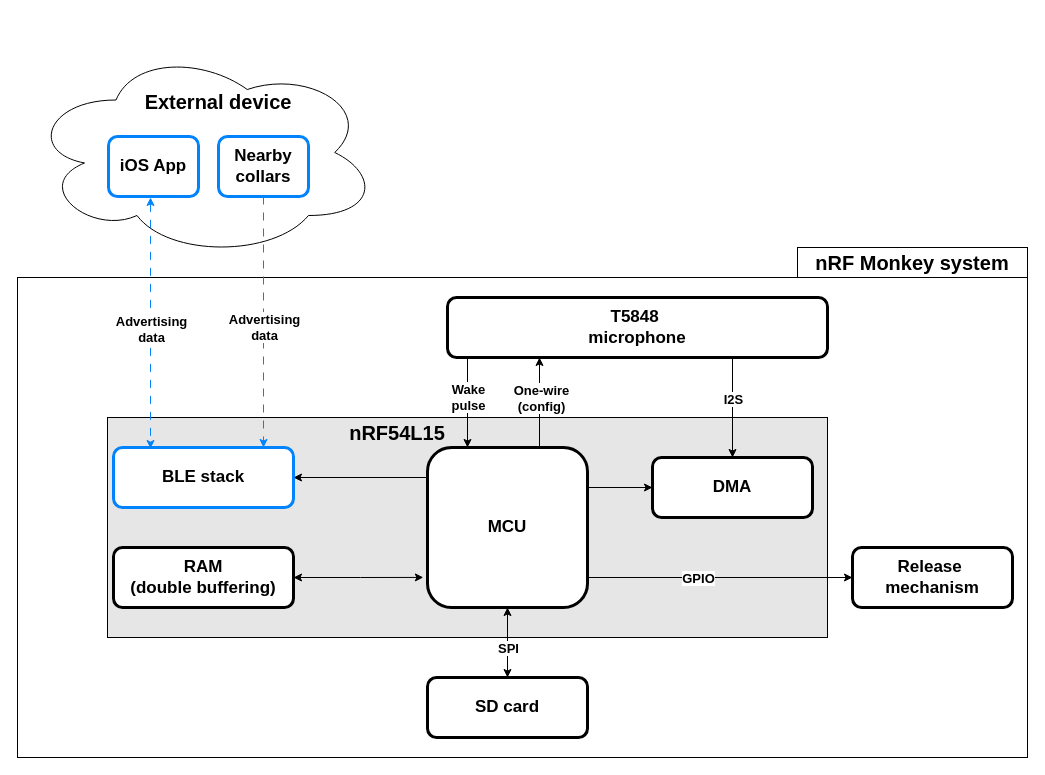
Earlier version of the draw.io diagram 01-Report/diagram/overview.drawio (DrinkDark/Master_TM_DataCollar). Source tidied: cells renumbered, new cells numbered last; positions are measured from the earlier drawing's top-left corner, leaving out a move shared by most shapes. Both pictures are drawn from the tidied source at 100%, with x=0, y=0 at pixel (17, 47).
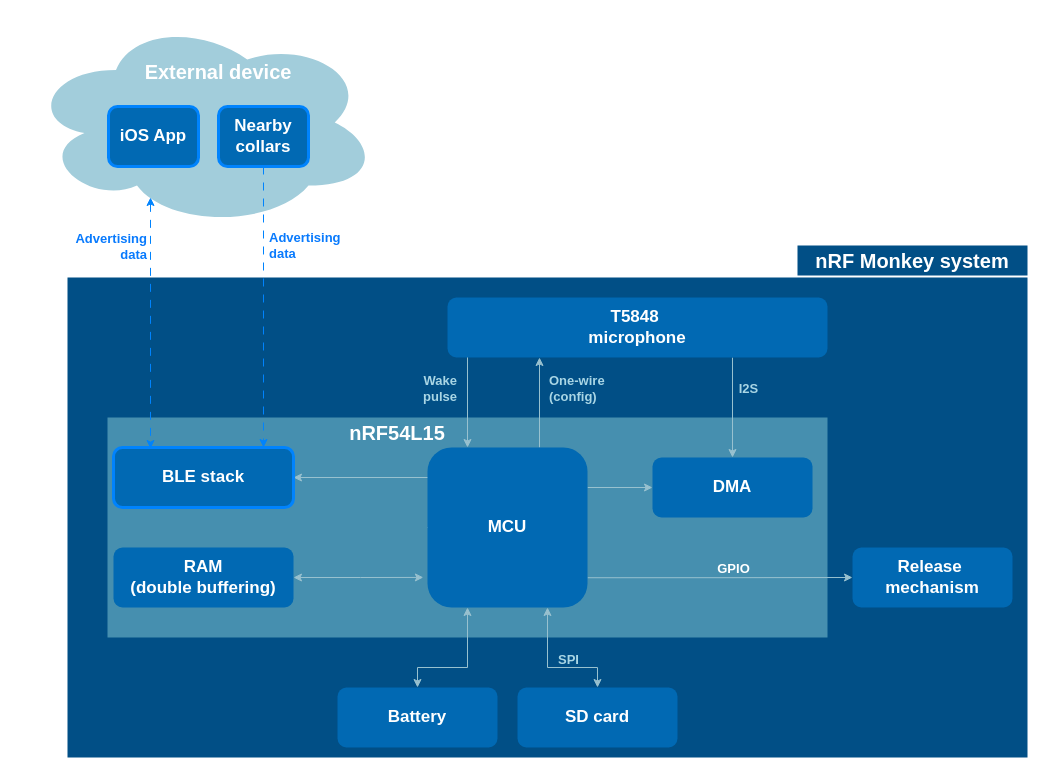
After the change.

The edit, as a diff of the source:
```diff
@@
-    <mxCell id="2" style="rounded=0;whiteSpace=wrap;html=1;" parent="1" vertex="1">
-      <mxGeometry x="780" y="200" width="230" height="30" as="geometry" />
+    <mxCell id="2" style="rounded=0;whiteSpace=wrap;html=1;strokeColor=none;fillColor=#014F86;" parent="1" vertex="1">
+      <mxGeometry x="780" y="198" width="230" height="30" as="geometry" />
     </mxCell>
-    <mxCell id="3" style="rounded=0;whiteSpace=wrap;html=1;" parent="1" vertex="1">
-      <mxGeometry y="230" width="1010" height="480" as="geometry" />
+    <mxCell id="3" style="rounded=0;whiteSpace=wrap;html=1;strokeColor=none;fillColor=#014F86;" parent="1" vertex="1">
+      <mxGeometry x="50" y="230" width="960" height="480" as="geometry" />
     </mxCell>
-    <mxCell id="4" style="rounded=0;whiteSpace=wrap;html=1;fillColor=#E6E6E6;strokeWidth=1;strokeColor=default;" parent="1" vertex="1">
+    <mxCell id="4" style="rounded=0;whiteSpace=wrap;html=1;fillColor=#468FAF;strokeWidth=1;strokeColor=none;" parent="1" vertex="1">
       <mxGeometry x="90" y="370" width="720" height="220" as="geometry" />
     </mxCell>
-    <mxCell id="5" style="ellipse;shape=cloud;whiteSpace=wrap;html=1;" parent="1" vertex="1">
-      <mxGeometry x="11" width="350" height="210" as="geometry" />
+    <mxCell id="5" style="ellipse;shape=cloud;whiteSpace=wrap;html=1;fontColor=#A2CDDB;strokeColor=none;fillColor=#A2CDDB;" parent="1" vertex="1">
+      <mxGeometry x="11" y="-30" width="350" height="210" as="geometry" />
     </mxCell>
-    <mxCell id="6" style="edgeStyle=orthogonalEdgeStyle;rounded=0;orthogonalLoop=1;jettySize=auto;html=1;exitX=0.75;exitY=0;exitDx=0;exitDy=0;entryX=0.75;entryY=1;entryDx=0;entryDy=0;" parent="1" edge="1">
+    <mxCell id="6" style="edgeStyle=orthogonalEdgeStyle;rounded=0;orthogonalLoop=1;jettySize=auto;html=1;exitX=0.75;exitY=0;exitDx=0;exitDy=0;entryX=0.75;entryY=1;entryDx=0;entryDy=0;strokeColor=#98C1CF;fontColor=#B8EAFA;labelBackgroundColor=none;" parent="1" edge="1">
       <mxGeometry relative="1" as="geometry">
         <mxPoint x="522" y="400" as="sourcePoint" />
         <mxPoint x="522" y="310" as="targetPoint" />
       </mxGeometry>
     </mxCell>
-    <mxCell id="7" value="&lt;font style=&quot;font-size: 13px;&quot;&gt;&lt;b&gt;One-wire&lt;br&gt;(config)&lt;/b&gt;&lt;/font&gt;" style="edgeLabel;html=1;align=center;verticalAlign=middle;" parent="6" vertex="1">
+    <mxCell id="7" value="&lt;font style=&quot;font-size: 13px;&quot;&gt;&lt;b&gt;One-wire&lt;br&gt;(config)&lt;/b&gt;&lt;/font&gt;" style="edgeLabel;html=1;align=left;verticalAlign=middle;labelBackgroundColor=none;fontColor=#A9D6E5;" parent="6" vertex="1">
       <mxGeometry x="0.03" y="-1" relative="1" as="geometry">
-        <mxPoint y="-4" as="offset" />
+        <mxPoint x="7" y="-14" as="offset" />
       </mxGeometry>
     </mxCell>
-    <mxCell id="8" style="edgeStyle=orthogonalEdgeStyle;rounded=0;jettySize=auto;html=1;exitX=1;exitY=0.5;exitDx=0;exitDy=0;entryX=0;entryY=0.5;entryDx=0;entryDy=0;" parent="1" edge="1" source="12" target="21">
-      <mxGeometry relative="1" as="geometry">
-        <Array as="points">
-          <mxPoint x="570" y="530" />
-        </Array>
-      </mxGeometry>
+    <mxCell id="8" style="edgeStyle=orthogonalEdgeStyle;rounded=0;jettySize=auto;html=1;exitX=1;exitY=0.814;exitDx=0;exitDy=0;entryX=0;entryY=0.5;entryDx=0;entryDy=0;strokeColor=#98C1CF;fontColor=#A9D6E5;labelBackgroundColor=none;exitPerimeter=0;" parent="1" edge="1" source="12" target="21">
+      <mxGeometry relative="1" as="geometry" />
     </mxCell>
-    <mxCell id="9" value="GPIO" style="edgeLabel;html=1;align=center;verticalAlign=middle;fontSize=13;fontStyle=1;" parent="8" vertex="1">
+    <mxCell id="9" value="GPIO" style="edgeLabel;html=1;align=center;verticalAlign=middle;fontSize=13;fontStyle=1;fontColor=#FFFFFF;labelBackgroundColor=none;" parent="8" vertex="1">
       <mxGeometry x="0.03" y="-2" relative="1" as="geometry">
-        <mxPoint x="-2" y="-2" as="offset" />
+        <mxPoint x="9" y="-12" as="offset" />
       </mxGeometry>
     </mxCell>
-    <mxCell id="10" style="edgeStyle=orthogonalEdgeStyle;rounded=0;jettySize=auto;html=1;exitX=0;exitY=0.5;exitDx=0;exitDy=0;entryX=1;entryY=0.5;entryDx=0;entryDy=0;" parent="1" edge="1" source="12" target="22">
+    <mxCell id="10" style="edgeStyle=orthogonalEdgeStyle;rounded=0;jettySize=auto;html=1;exitX=0;exitY=0.5;exitDx=0;exitDy=0;entryX=1;entryY=0.5;entryDx=0;entryDy=0;strokeColor=#98C1CF;fontColor=#B8EAFA;labelBackgroundColor=none;" parent="1" edge="1" source="12" target="22">
       <mxGeometry relative="1" as="geometry">
         <Array as="points">
           <mxPoint x="450" y="480" />
           <mxPoint x="450" y="430" />
         </Array>
       </mxGeometry>
     </mxCell>
-    <mxCell id="11" style="edgeStyle=orthogonalEdgeStyle;rounded=0;jettySize=auto;html=1;exitX=1;exitY=0.25;exitDx=0;exitDy=0;entryX=0;entryY=0.5;entryDx=0;entryDy=0;" parent="1" edge="1" source="12" target="34">
+    <mxCell id="11" style="edgeStyle=orthogonalEdgeStyle;rounded=0;jettySize=auto;html=1;exitX=1;exitY=0.25;exitDx=0;exitDy=0;entryX=0;entryY=0.5;entryDx=0;entryDy=0;strokeColor=#98C1CF;fontColor=#B8EAFA;labelBackgroundColor=none;" parent="1" edge="1" source="12" target="34">
       <mxGeometry relative="1" as="geometry" />
     </mxCell>
-    <mxCell id="12" value="&lt;font style=&quot;font-size: 17px;&quot;&gt;&lt;b style=&quot;&quot;&gt;MCU&lt;/b&gt;&lt;/font&gt;" style="rounded=1;whiteSpace=wrap;html=1;strokeWidth=3;" parent="1" vertex="1">
+    <mxCell id="12" value="&lt;font style=&quot;font-size: 17px;&quot;&gt;&lt;b style=&quot;&quot;&gt;MCU&lt;/b&gt;&lt;/font&gt;" style="rounded=1;whiteSpace=wrap;html=1;strokeWidth=3;strokeColor=none;fillColor=#0169B3;fontColor=#FFFFFF;" parent="1" vertex="1">
       <mxGeometry x="410" y="400" width="160" height="160" as="geometry" />
     </mxCell>
-    <mxCell id="13" style="edgeStyle=orthogonalEdgeStyle;rounded=0;jettySize=auto;html=1;exitX=0.25;exitY=1;exitDx=0;exitDy=0;entryX=0.25;entryY=0;entryDx=0;entryDy=0;" parent="1" edge="1" target="12">
+    <mxCell id="13" style="edgeStyle=orthogonalEdgeStyle;rounded=0;jettySize=auto;html=1;exitX=0.053;exitY=0.969;exitDx=0;exitDy=0;entryX=1;entryY=1;entryDx=0;entryDy=0;strokeColor=#98C1CF;fontColor=#B8EAFA;labelBackgroundColor=none;exitPerimeter=0;" parent="1" edge="1" target="28">
       <mxGeometry relative="1" as="geometry">
-        <mxPoint x="471.2" y="310" as="sourcePoint" />
+        <mxPoint x="450.1" y="278.1" as="sourcePoint" />
         <Array as="points">
-          <mxPoint x="450" y="310" />
+          <mxPoint x="452" y="278" />
+          <mxPoint x="452" y="280" />
+          <mxPoint x="450" y="280" />
         </Array>
       </mxGeometry>
     </mxCell>
-    <mxCell id="14" value="Wake&lt;div&gt;pulse&lt;/div&gt;" style="edgeLabel;html=1;align=center;verticalAlign=middle;fontSize=13;fontStyle=1;" parent="13" vertex="1">
+    <mxCell id="14" value="Wake&lt;div&gt;pulse&lt;/div&gt;" style="edgeLabel;html=1;align=right;verticalAlign=middle;fontSize=13;fontStyle=1;labelBackgroundColor=none;fontColor=#A9D6E5;" parent="13" vertex="1">
       <mxGeometry x="-0.33" y="-1" relative="1" as="geometry">
-        <mxPoint x="1" y="24" as="offset" />
+        <mxPoint x="-9" y="24" as="offset" />
       </mxGeometry>
     </mxCell>
-    <mxCell id="15" style="edgeStyle=orthogonalEdgeStyle;rounded=0;jettySize=auto;html=1;exitX=0.75;exitY=1;exitDx=0;exitDy=0;entryX=0.5;entryY=0;entryDx=0;entryDy=0;" parent="1" edge="1" source="17" target="34">
+    <mxCell id="15" style="edgeStyle=orthogonalEdgeStyle;rounded=0;jettySize=auto;html=1;exitX=0.75;exitY=1;exitDx=0;exitDy=0;entryX=0.5;entryY=0;entryDx=0;entryDy=0;strokeColor=#98C1CF;fontColor=#B8EAFA;labelBackgroundColor=none;" parent="1" edge="1" source="17" target="34">
       <mxGeometry relative="1" as="geometry" />
     </mxCell>
-    <mxCell id="16" value="&lt;font style=&quot;font-size: 13px;&quot;&gt;&lt;b&gt;I2S&lt;/b&gt;&lt;/font&gt;" style="edgeLabel;html=1;align=center;verticalAlign=middle;" parent="15" vertex="1">
+    <mxCell id="16" value="&lt;font style=&quot;font-size: 13px;&quot;&gt;&lt;b&gt;I2S&lt;/b&gt;&lt;/font&gt;" style="edgeLabel;html=1;align=center;verticalAlign=middle;labelBackgroundColor=none;fontColor=#A9D6E5;" parent="15" vertex="1">
       <mxGeometry x="-0.09" y="-2" relative="1" as="geometry">
-        <mxPoint x="2" y="-5" as="offset" />
+        <mxPoint x="17" y="-16" as="offset" />
       </mxGeometry>
     </mxCell>
-    <mxCell id="17" value="&lt;font style=&quot;font-size: 17px;&quot;&gt;&lt;b style=&quot;&quot;&gt;T5848&amp;nbsp;&lt;/b&gt;&lt;/font&gt;&lt;div&gt;&lt;font style=&quot;font-size: 17px;&quot;&gt;&lt;b style=&quot;&quot;&gt;microphone&lt;/b&gt;&lt;/font&gt;&lt;/div&gt;" style="rounded=1;whiteSpace=wrap;html=1;strokeWidth=3;" parent="1" vertex="1">
+    <mxCell id="17" value="&lt;font style=&quot;font-size: 17px;&quot;&gt;&lt;b style=&quot;&quot;&gt;T5848&amp;nbsp;&lt;/b&gt;&lt;/font&gt;&lt;div&gt;&lt;font style=&quot;font-size: 17px;&quot;&gt;&lt;b style=&quot;&quot;&gt;microphone&lt;/b&gt;&lt;/font&gt;&lt;/div&gt;" style="rounded=1;whiteSpace=wrap;html=1;strokeWidth=3;strokeColor=none;fillColor=#0169B3;fontColor=#FFFFFF;" parent="1" vertex="1">
       <mxGeometry x="430" y="250" width="380" height="60" as="geometry" />
     </mxCell>
-    <mxCell id="18" value="&lt;font style=&quot;font-size: 17px;&quot;&gt;&lt;b style=&quot;&quot;&gt;SD card&lt;/b&gt;&lt;/font&gt;" style="rounded=1;whiteSpace=wrap;html=1;strokeWidth=3;" parent="1" vertex="1">
-      <mxGeometry x="410" y="630" width="160" height="60" as="geometry" />
+    <mxCell id="18" value="&lt;font style=&quot;font-size: 17px;&quot;&gt;&lt;b style=&quot;&quot;&gt;SD card&lt;/b&gt;&lt;/font&gt;" style="rounded=1;whiteSpace=wrap;html=1;strokeWidth=3;strokeColor=none;fillColor=#0169B3;fontColor=#FFFFFF;" parent="1" vertex="1">
+      <mxGeometry x="500" y="640" width="160" height="60" as="geometry" />
     </mxCell>
-    <mxCell id="19" style="edgeStyle=orthogonalEdgeStyle;rounded=0;jettySize=auto;html=1;startArrow=classic;startFill=1;endArrow=classic;endFill=1;exitX=0.5;exitY=0;exitDx=0;exitDy=0;" parent="1" edge="1" source="18">
+    <mxCell id="19" style="edgeStyle=orthogonalEdgeStyle;rounded=0;jettySize=auto;html=1;startArrow=classic;startFill=1;endArrow=classic;endFill=1;exitX=0.5;exitY=0;exitDx=0;exitDy=0;strokeColor=#98C1CF;fontColor=#B8EAFA;labelBackgroundColor=none;entryX=0.75;entryY=1;entryDx=0;entryDy=0;" parent="1" edge="1" source="18" target="12">
       <mxGeometry relative="1" as="geometry">
-        <mxPoint x="490" y="560" as="targetPoint" />
+        <Array as="points">
+          <mxPoint x="580" y="620" />
+          <mxPoint x="530" y="620" />
+        </Array>
       </mxGeometry>
     </mxCell>
-    <mxCell id="20" value="&lt;font style=&quot;font-size: 13px;&quot;&gt;&lt;b&gt;SPI&lt;/b&gt;&lt;/font&gt;" style="edgeLabel;html=1;align=center;verticalAlign=middle;" parent="19" vertex="1">
+    <mxCell id="20" value="&lt;font style=&quot;font-size: 13px;&quot;&gt;&lt;b&gt;SPI&lt;/b&gt;&lt;/font&gt;" style="edgeLabel;html=1;align=center;verticalAlign=middle;labelBackgroundColor=none;fontColor=#A9D6E5;" parent="19" vertex="1">
       <mxGeometry x="0.17" y="-1" relative="1" as="geometry">
-        <mxPoint x="-1" y="11" as="offset" />
+        <mxPoint x="19" y="-3" as="offset" />
       </mxGeometry>
     </mxCell>
-    <mxCell id="21" value="&lt;font style=&quot;font-size: 17px;&quot;&gt;&lt;b style=&quot;&quot;&gt;Release&amp;nbsp;&lt;/b&gt;&lt;/font&gt;&lt;div&gt;&lt;font style=&quot;font-size: 17px;&quot;&gt;&lt;b style=&quot;&quot;&gt;mechanism&lt;/b&gt;&lt;/font&gt;&lt;/div&gt;" style="rounded=1;whiteSpace=wrap;html=1;strokeColor=#000000;strokeWidth=3;" parent="1" vertex="1">
+    <mxCell id="21" value="&lt;font style=&quot;font-size: 17px;&quot;&gt;&lt;b style=&quot;&quot;&gt;Release&amp;nbsp;&lt;/b&gt;&lt;/font&gt;&lt;div&gt;&lt;font style=&quot;font-size: 17px;&quot;&gt;&lt;b style=&quot;&quot;&gt;mechanism&lt;/b&gt;&lt;/font&gt;&lt;/div&gt;" style="rounded=1;whiteSpace=wrap;html=1;strokeColor=none;strokeWidth=3;fillColor=#0169B3;fontColor=#FFFFFF;" parent="1" vertex="1">
       <mxGeometry x="835" y="500" width="160" height="60" as="geometry" />
     </mxCell>
-    <mxCell id="22" value="&lt;b style=&quot;&quot;&gt;&lt;font style=&quot;font-size: 17px;&quot;&gt;BLE stack&lt;/font&gt;&lt;/b&gt;" style="rounded=1;whiteSpace=wrap;html=1;strokeColor=#0083fd;strokeWidth=3;" parent="1" vertex="1">
+    <mxCell id="22" value="&lt;b style=&quot;&quot;&gt;&lt;font style=&quot;font-size: 17px;&quot;&gt;BLE stack&lt;/font&gt;&lt;/b&gt;" style="rounded=1;whiteSpace=wrap;html=1;strokeColor=#0083FD;strokeWidth=3;fillColor=#0169B3;fontColor=#FFFFFF;" parent="1" vertex="1">
       <mxGeometry x="96" y="400" width="180" height="60" as="geometry" />
     </mxCell>
-    <mxCell id="23" value="&lt;font style=&quot;font-size: 20px;&quot;&gt;&lt;b style=&quot;&quot;&gt;External device&lt;/b&gt;&lt;/font&gt;" style="text;html=1;align=center;verticalAlign=middle;whiteSpace=wrap;rounded=0;" parent="1" vertex="1">
-      <mxGeometry x="111" y="39" width="180" height="30" as="geometry" />
+    <mxCell id="23" value="&lt;font color=&quot;#ffffff&quot; style=&quot;font-size: 20px;&quot;&gt;&lt;b style=&quot;&quot;&gt;External device&lt;/b&gt;&lt;/font&gt;" style="text;html=1;align=center;verticalAlign=middle;whiteSpace=wrap;rounded=0;" parent="1" vertex="1">
+      <mxGeometry x="111" y="9" width="180" height="30" as="geometry" />
     </mxCell>
-    <mxCell id="24" value="&lt;b style=&quot;&quot;&gt;&lt;font style=&quot;font-size: 17px;&quot;&gt;iOS App&lt;/font&gt;&lt;/b&gt;" style="rounded=1;whiteSpace=wrap;html=1;strokeColor=#0083fd;strokeWidth=3;" parent="1" vertex="1">
-      <mxGeometry x="91" y="89" width="90" height="60" as="geometry" />
+    <mxCell id="24" value="&lt;b style=&quot;&quot;&gt;&lt;font style=&quot;font-size: 17px;&quot;&gt;iOS App&lt;/font&gt;&lt;/b&gt;" style="rounded=1;whiteSpace=wrap;html=1;strokeColor=#0083FD;strokeWidth=3;fillColor=#0169B3;fontColor=#FFFFFF;" parent="1" vertex="1">
+      <mxGeometry x="91" y="59" width="90" height="60" as="geometry" />
     </mxCell>
-    <mxCell id="25" style="edgeStyle=orthogonalEdgeStyle;rounded=0;jettySize=auto;html=1;exitX=0.5;exitY=1;exitDx=0;exitDy=0;strokeColor=#0083fd;dashed=1;dashPattern=8 8;" parent="1" edge="1" source="27">
+    <mxCell id="25" style="edgeStyle=orthogonalEdgeStyle;rounded=0;jettySize=auto;html=1;exitX=0.5;exitY=1;exitDx=0;exitDy=0;strokeColor=#0083FD;dashed=1;dashPattern=8 8;" parent="1" edge="1" source="27">
       <mxGeometry relative="1" as="geometry">
         <mxPoint x="246" y="400" as="targetPoint" />
       </mxGeometry>
     </mxCell>
-    <mxCell id="26" value="Advertising&lt;div&gt;data&lt;/div&gt;" style="edgeLabel;html=1;align=center;verticalAlign=middle;fontSize=13;fontStyle=1;" parent="25" vertex="1">
+    <mxCell id="26" value="Advertising&lt;div&gt;data&lt;/div&gt;" style="edgeLabel;html=1;align=left;verticalAlign=middle;fontSize=13;fontStyle=1;fontColor=#087AFD;labelBackgroundColor=none;" parent="25" vertex="1">
       <mxGeometry x="0.05" y="2" relative="1" as="geometry">
-        <mxPoint x="-2" y="-1" as="offset" />
+        <mxPoint x="2" y="-69" as="offset" />
       </mxGeometry>
     </mxCell>
-    <mxCell id="27" value="&lt;b style=&quot;&quot;&gt;&lt;font style=&quot;font-size: 17px;&quot;&gt;Nearby collars&lt;/font&gt;&lt;/b&gt;" style="rounded=1;whiteSpace=wrap;html=1;strokeColor=#0083fd;strokeWidth=3;" parent="1" vertex="1">
-      <mxGeometry x="201" y="89" width="90" height="60" as="geometry" />
+    <mxCell id="27" value="&lt;b style=&quot;&quot;&gt;&lt;font style=&quot;font-size: 17px;&quot;&gt;Nearby collars&lt;/font&gt;&lt;/b&gt;" style="rounded=1;whiteSpace=wrap;html=1;strokeColor=#0083FD;strokeWidth=3;fillColor=#0169B3;fontColor=#FFFFFF;" parent="1" vertex="1">
+      <mxGeometry x="201" y="59" width="90" height="60" as="geometry" />
     </mxCell>
-    <mxCell id="28" value="nRF54L15" style="text;html=1;align=center;verticalAlign=middle;whiteSpace=wrap;rounded=0;fontSize=20;fontStyle=1;" parent="1" vertex="1">
+    <mxCell id="28" value="&lt;font color=&quot;#ffffff&quot;&gt;nRF54L15&lt;/font&gt;" style="text;html=1;align=center;verticalAlign=middle;whiteSpace=wrap;rounded=0;fontSize=20;fontStyle=1;" parent="1" vertex="1">
       <mxGeometry x="310" y="370" width="140" height="30" as="geometry" />
     </mxCell>
-    <mxCell id="29" value="&lt;b style=&quot;&quot;&gt;&lt;font style=&quot;font-size: 17px;&quot;&gt;RAM&lt;/font&gt;&lt;/b&gt;&lt;div&gt;&lt;span style=&quot;font-size: 17px;&quot;&gt;&lt;b&gt;(double buffering)&lt;/b&gt;&lt;/span&gt;&lt;/div&gt;" style="rounded=1;whiteSpace=wrap;html=1;strokeColor=#000000;strokeWidth=3;" parent="1" vertex="1">
+    <mxCell id="29" value="&lt;b style=&quot;&quot;&gt;&lt;font style=&quot;font-size: 17px;&quot;&gt;RAM&lt;/font&gt;&lt;/b&gt;&lt;div&gt;&lt;span style=&quot;font-size: 17px;&quot;&gt;&lt;b&gt;(double buffering)&lt;/b&gt;&lt;/span&gt;&lt;/div&gt;" style="rounded=1;whiteSpace=wrap;html=1;strokeColor=none;strokeWidth=3;fillColor=#0169B3;fontColor=#FFFFFF;" parent="1" vertex="1">
       <mxGeometry x="96" y="500" width="180" height="60" as="geometry" />
     </mxCell>
-    <mxCell id="30" style="edgeStyle=orthogonalEdgeStyle;rounded=0;jettySize=auto;html=1;exitX=1;exitY=0.5;exitDx=0;exitDy=0;entryX=-0.026;entryY=0.812;entryDx=0;entryDy=0;entryPerimeter=0;startArrow=classic;startFill=1;" parent="1" edge="1" source="29" target="12">
+    <mxCell id="30" style="edgeStyle=orthogonalEdgeStyle;rounded=0;jettySize=auto;html=1;exitX=1;exitY=0.5;exitDx=0;exitDy=0;entryX=-0.026;entryY=0.812;entryDx=0;entryDy=0;entryPerimeter=0;startArrow=classic;startFill=1;strokeColor=#98C1CF;fontColor=#B8EAFA;labelBackgroundColor=none;" parent="1" edge="1" source="29" target="12">
       <mxGeometry relative="1" as="geometry" />
     </mxCell>
-    <mxCell id="31" value="&lt;font style=&quot;font-size: 20px;&quot;&gt;&lt;b&gt;nRF Monkey system&lt;/b&gt;&lt;/font&gt;" style="text;html=1;align=center;verticalAlign=middle;whiteSpace=wrap;rounded=0;" parent="1" vertex="1">
-      <mxGeometry x="790" y="200" width="210" height="30" as="geometry" />
+    <mxCell id="31" value="&lt;font color=&quot;#ffffff&quot; style=&quot;font-size: 20px;&quot;&gt;&lt;b&gt;nRF Monkey system&lt;/b&gt;&lt;/font&gt;" style="text;html=1;align=center;verticalAlign=middle;whiteSpace=wrap;rounded=0;" parent="1" vertex="1">
+      <mxGeometry x="790" y="198" width="210" height="30" as="geometry" />
     </mxCell>
-    <mxCell id="32" style="edgeStyle=orthogonalEdgeStyle;rounded=0;orthogonalLoop=1;jettySize=auto;html=1;exitX=0.5;exitY=1;exitDx=0;exitDy=0;strokeColor=#0083fd;dashed=1;dashPattern=8 8;startArrow=classic;startFill=1;" parent="1" edge="1">
+    <mxCell id="32" style="edgeStyle=orthogonalEdgeStyle;rounded=0;orthogonalLoop=1;jettySize=auto;html=1;exitX=0.5;exitY=1;exitDx=0;exitDy=0;strokeColor=#0083fd;dashed=1;dashPattern=8 8;startArrow=classic;startFill=1;align=right;" parent="1" edge="1">
       <mxGeometry relative="1" as="geometry">
         <mxPoint x="133" y="150" as="sourcePoint" />
         <mxPoint x="133" y="401" as="targetPoint" />
       </mxGeometry>
     </mxCell>
-    <mxCell id="33" value="Advertising&lt;div&gt;data&lt;/div&gt;" style="edgeLabel;html=1;align=center;verticalAlign=middle;fontSize=13;fontStyle=1;" parent="32" vertex="1">
+    <mxCell id="33" value="Advertising&lt;div&gt;data&lt;/div&gt;" style="edgeLabel;html=1;align=right;verticalAlign=middle;fontSize=13;fontStyle=1;fontColor=#087AFD;labelBackgroundColor=none;" parent="32" vertex="1">
       <mxGeometry x="0.05" y="2" relative="1" as="geometry">
-        <mxPoint x="-2" y="-1" as="offset" />
+        <mxPoint x="-5" y="-84" as="offset" />
       </mxGeometry>
     </mxCell>
-    <mxCell id="34" value="&lt;span style=&quot;font-size: 17px;&quot;&gt;&lt;b&gt;DMA&lt;br&gt;&lt;/b&gt;&lt;/span&gt;" style="rounded=1;whiteSpace=wrap;html=1;strokeColor=#000000;strokeWidth=3;" parent="1" vertex="1">
+    <mxCell id="34" value="&lt;span style=&quot;font-size: 17px;&quot;&gt;&lt;b&gt;DMA&lt;br&gt;&lt;/b&gt;&lt;/span&gt;" style="rounded=1;whiteSpace=wrap;html=1;strokeColor=none;strokeWidth=3;fillColor=#0169B3;fontColor=#FFFFFF;" parent="1" vertex="1">
       <mxGeometry x="635" y="410" width="160" height="60" as="geometry" />
     </mxCell>
+    <mxCell id="35" value="&lt;font style=&quot;font-size: 17px;&quot;&gt;&lt;b style=&quot;&quot;&gt;Battery&lt;br&gt;&lt;/b&gt;&lt;/font&gt;" style="rounded=1;whiteSpace=wrap;html=1;strokeWidth=3;strokeColor=none;fillColor=#0169B3;fontColor=#FFFFFF;" parent="1" vertex="1">
+      <mxGeometry x="320" y="640" width="160" height="60" as="geometry" />
+    </mxCell>
+    <mxCell id="36" style="edgeStyle=orthogonalEdgeStyle;rounded=0;jettySize=auto;html=1;startArrow=classic;startFill=1;endArrow=classic;endFill=1;exitX=0.5;exitY=0;exitDx=0;exitDy=0;strokeColor=#98C1CF;fontColor=#B8EAFA;labelBackgroundColor=none;entryX=0.75;entryY=1;entryDx=0;entryDy=0;" parent="1" edge="1" source="35">
+      <mxGeometry relative="1" as="geometry">
+        <mxPoint x="450" y="560" as="targetPoint" />
+        <Array as="points">
+          <mxPoint x="400" y="620" />
+          <mxPoint x="450" y="620" />
+        </Array>
+      </mxGeometry>
+    </mxCell>
```
